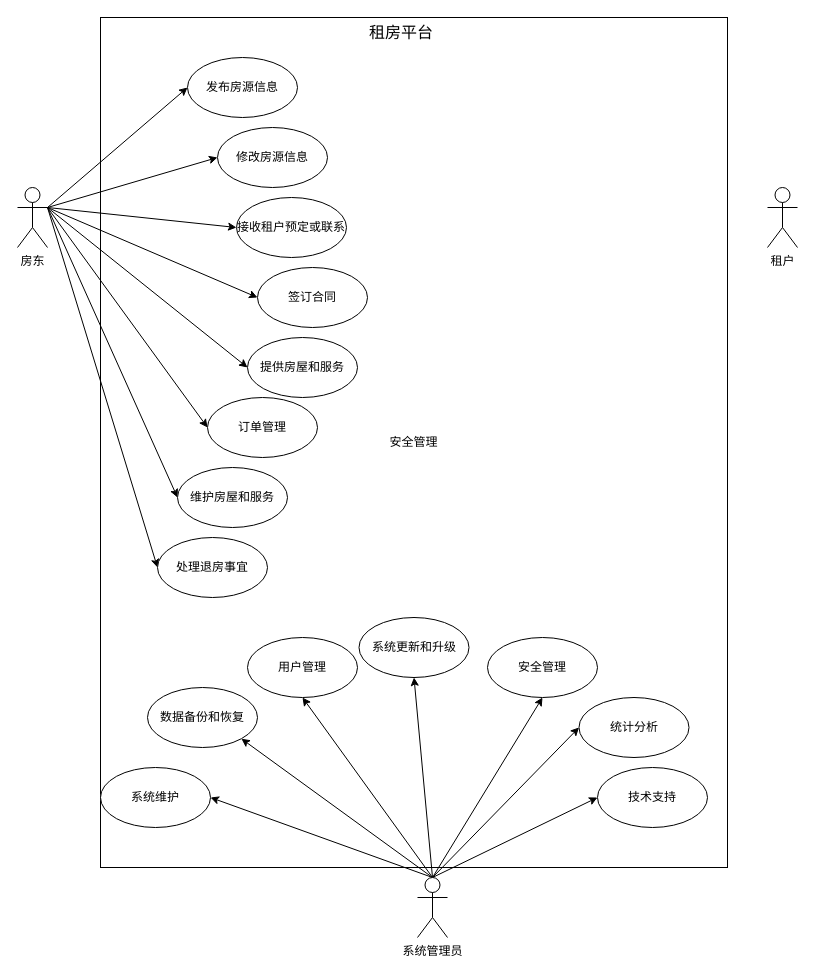
This is page "平台整体活动图" (3 of 3) of 系统功能列表.drawio from CQUT-yingyan-ZTJ/images, a draw.io file, before an edit. Source tidied: cells renumbered, new cells numbered last; positions are measured from the earlier drawing's top-left corner, leaving out a move shared by most shapes. Both pictures are drawn from the tidied source at 100%, with x=0, y=0 at pixel (17, 17).
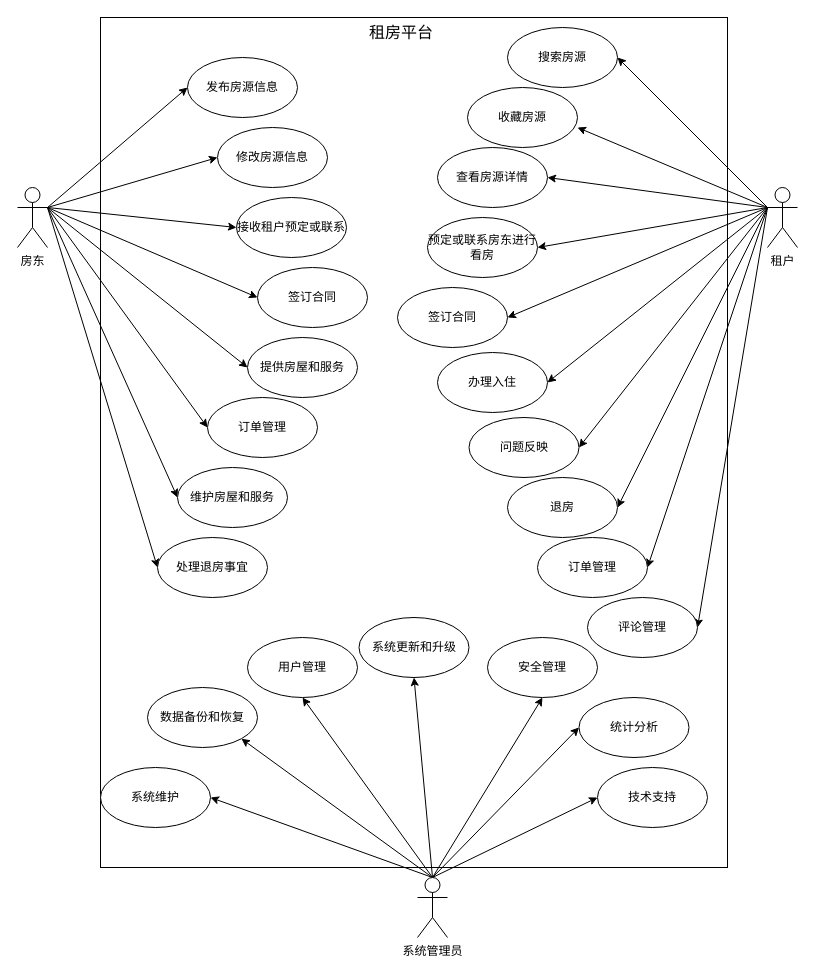
The same diagram, later.

Commit message:
更新系统功能列表.drawio

The change refers to these unchanged cells:
```xml
<mxCell id="11" value="租户" style="shape=umlActor;verticalLabelPosition=bottom;verticalAlign=top;html=1;outlineConnect=0;" parent="1" vertex="1">
  <mxGeometry x="750" y="170" width="30" height="60" as="geometry" />
</mxCell>
```

Change to the diagram source:
```diff
@@
-    <mxCell id="2" value="&lt;p class=&quot;MsoNormal&quot;&gt;&lt;span style=&quot;mso-spacerun:'yes';font-family:'Times New Roman';mso-fareast-font-family:宋体;&#10;font-size:12.0000pt;mso-font-kerning:1.0000pt;&quot;&gt;&lt;font face=&quot;宋体&quot;&gt;安全管理&lt;/font&gt;&lt;/span&gt;&lt;/p&gt;" style="rounded=0;whiteSpace=wrap;html=1;" parent="1" vertex="1">
+    <mxCell id="2" value="&lt;p class=&quot;MsoNormal&quot;&gt;&lt;br&gt;&lt;/p&gt;" style="rounded=0;whiteSpace=wrap;html=1;" parent="1" vertex="1">
       <mxGeometry x="83" width="627" height="850" as="geometry" />
     </mxCell>
@@
+    <mxCell id="37" style="rounded=0;jettySize=auto;html=1;exitX=0;exitY=0.3333333333333333;exitDx=0;exitDy=0;exitPerimeter=0;entryX=1;entryY=0.5;entryDx=0;entryDy=0;" parent="1" edge="1" source="11" target="47">
+      <mxGeometry relative="1" as="geometry" />
+    </mxCell>
+    <mxCell id="38" style="rounded=0;jettySize=auto;html=1;exitX=0;exitY=0.3333333333333333;exitDx=0;exitDy=0;exitPerimeter=0;entryX=1;entryY=0.667;entryDx=0;entryDy=0;entryPerimeter=0;" parent="1" edge="1" source="11" target="48">
+      <mxGeometry relative="1" as="geometry" />
+    </mxCell>
+    <mxCell id="39" style="rounded=0;jettySize=auto;html=1;exitX=0;exitY=0.3333333333333333;exitDx=0;exitDy=0;exitPerimeter=0;entryX=1;entryY=0.5;entryDx=0;entryDy=0;" parent="1" edge="1" source="11" target="49">
+      <mxGeometry relative="1" as="geometry" />
+    </mxCell>
+    <mxCell id="40" style="rounded=0;jettySize=auto;html=1;exitX=0;exitY=0.3333333333333333;exitDx=0;exitDy=0;exitPerimeter=0;entryX=1;entryY=0.5;entryDx=0;entryDy=0;" parent="1" edge="1" source="11" target="50">
+      <mxGeometry relative="1" as="geometry" />
+    </mxCell>
+    <mxCell id="41" style="rounded=0;jettySize=auto;html=1;exitX=0;exitY=0.3333333333333333;exitDx=0;exitDy=0;exitPerimeter=0;entryX=1;entryY=0.5;entryDx=0;entryDy=0;" parent="1" edge="1" source="11" target="52">
+      <mxGeometry relative="1" as="geometry" />
+    </mxCell>
+    <mxCell id="42" style="rounded=0;jettySize=auto;html=1;exitX=0;exitY=0.3333333333333333;exitDx=0;exitDy=0;exitPerimeter=0;entryX=1;entryY=0.5;entryDx=0;entryDy=0;" parent="1" edge="1" source="11" target="51">
+      <mxGeometry relative="1" as="geometry" />
+    </mxCell>
+    <mxCell id="43" style="rounded=0;jettySize=auto;html=1;exitX=0;exitY=0.3333333333333333;exitDx=0;exitDy=0;exitPerimeter=0;entryX=1;entryY=0.5;entryDx=0;entryDy=0;" parent="1" edge="1" source="11" target="53">
+      <mxGeometry relative="1" as="geometry" />
+    </mxCell>
+    <mxCell id="44" style="rounded=0;jettySize=auto;html=1;exitX=0;exitY=0.3333333333333333;exitDx=0;exitDy=0;exitPerimeter=0;entryX=1;entryY=0.5;entryDx=0;entryDy=0;" parent="1" edge="1" source="11" target="54">
+      <mxGeometry relative="1" as="geometry" />
+    </mxCell>
+    <mxCell id="45" style="rounded=0;jettySize=auto;html=1;exitX=0;exitY=0.3333333333333333;exitDx=0;exitDy=0;exitPerimeter=0;entryX=1;entryY=0.5;entryDx=0;entryDy=0;" parent="1" edge="1" source="11" target="56">
+      <mxGeometry relative="1" as="geometry" />
+    </mxCell>
+    <mxCell id="46" style="rounded=0;jettySize=auto;html=1;exitX=0;exitY=0.3333333333333333;exitDx=0;exitDy=0;exitPerimeter=0;entryX=1;entryY=0.5;entryDx=0;entryDy=0;" parent="1" edge="1" source="11" target="55">
+      <mxGeometry relative="1" as="geometry" />
+    </mxCell>
@@
+    <mxCell id="47" value="&lt;p class=&quot;MsoNormal&quot;&gt;&lt;font face=&quot;宋体&quot;&gt;搜索房源&lt;/font&gt;&lt;/p&gt;" style="ellipse;whiteSpace=wrap;html=1;" parent="1" vertex="1">
+      <mxGeometry x="490" y="10" width="110" height="60" as="geometry" />
+    </mxCell>
+    <mxCell id="48" value="&lt;p class=&quot;MsoNormal&quot;&gt;&lt;font face=&quot;宋体&quot;&gt;收藏房源&lt;/font&gt;&lt;/p&gt;" style="ellipse;whiteSpace=wrap;html=1;" parent="1" vertex="1">
+      <mxGeometry x="450" y="70" width="110" height="60" as="geometry" />
+    </mxCell>
+    <mxCell id="49" value="&lt;p class=&quot;MsoNormal&quot;&gt;&lt;font face=&quot;宋体&quot;&gt;查看房源详情&lt;/font&gt;&lt;/p&gt;" style="ellipse;whiteSpace=wrap;html=1;" parent="1" vertex="1">
+      <mxGeometry x="420" y="130" width="110" height="60" as="geometry" />
+    </mxCell>
+    <mxCell id="50" value="&lt;p class=&quot;MsoNormal&quot;&gt;&lt;font face=&quot;宋体&quot;&gt;预定或联系房东进行看房&lt;/font&gt;&lt;/p&gt;" style="ellipse;whiteSpace=wrap;html=1;" parent="1" vertex="1">
+      <mxGeometry x="410" y="200" width="110" height="60" as="geometry" />
+    </mxCell>
+    <mxCell id="51" value="&lt;p class=&quot;MsoNormal&quot;&gt;&lt;font face=&quot;宋体&quot;&gt;签订合同&lt;/font&gt;&lt;/p&gt;" style="ellipse;whiteSpace=wrap;html=1;" parent="1" vertex="1">
+      <mxGeometry x="380" y="270" width="110" height="60" as="geometry" />
+    </mxCell>
+    <mxCell id="52" value="&lt;p class=&quot;MsoNormal&quot;&gt;&lt;font face=&quot;宋体&quot;&gt;办理入住&lt;/font&gt;&lt;/p&gt;" style="ellipse;whiteSpace=wrap;html=1;" parent="1" vertex="1">
+      <mxGeometry x="420" y="335" width="110" height="60" as="geometry" />
+    </mxCell>
+    <mxCell id="53" value="&lt;p class=&quot;MsoNormal&quot;&gt;&lt;font face=&quot;宋体&quot;&gt;问题反映&lt;/font&gt;&lt;/p&gt;" style="ellipse;whiteSpace=wrap;html=1;" parent="1" vertex="1">
+      <mxGeometry x="451.5" y="400" width="110" height="60" as="geometry" />
+    </mxCell>
+    <mxCell id="54" value="&lt;p class=&quot;MsoNormal&quot;&gt;&lt;font face=&quot;宋体&quot;&gt;退房&lt;/font&gt;&lt;/p&gt;" style="ellipse;whiteSpace=wrap;html=1;" parent="1" vertex="1">
+      <mxGeometry x="490" y="460" width="110" height="60" as="geometry" />
+    </mxCell>
+    <mxCell id="55" value="&lt;p class=&quot;MsoNormal&quot;&gt;&lt;font face=&quot;宋体&quot;&gt;评论管理&lt;/font&gt;&lt;/p&gt;" style="ellipse;whiteSpace=wrap;html=1;" parent="1" vertex="1">
+      <mxGeometry x="570" y="580" width="110" height="60" as="geometry" />
+    </mxCell>
+    <mxCell id="56" value="&lt;p class=&quot;MsoNormal&quot;&gt;&lt;font face=&quot;宋体&quot;&gt;订单管理&lt;/font&gt;&lt;/p&gt;" style="ellipse;whiteSpace=wrap;html=1;" parent="1" vertex="1">
+      <mxGeometry x="520" y="520" width="110" height="60" as="geometry" />
+    </mxCell>
```
